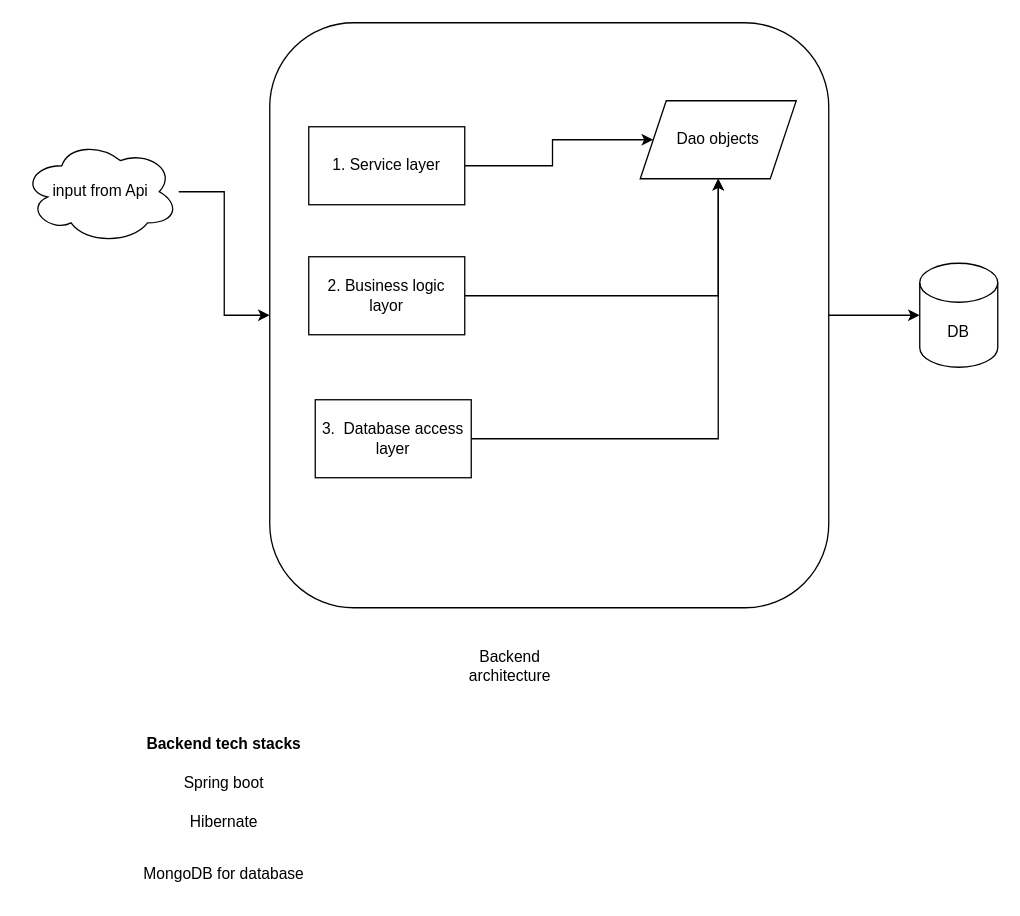
This is page "Backend application architecture" (4 of 6) of budgetTrackerApp.drawio from sathishsekarss/drawIOFiles, a draw.io file, before an edit. Source tidied: cells renumbered, new cells numbered last; positions are measured from the earlier drawing's top-left corner, leaving out a move shared by most shapes. Both pictures are drawn from the tidied source at 130%, with x=0, y=0 at pixel (22, 22).
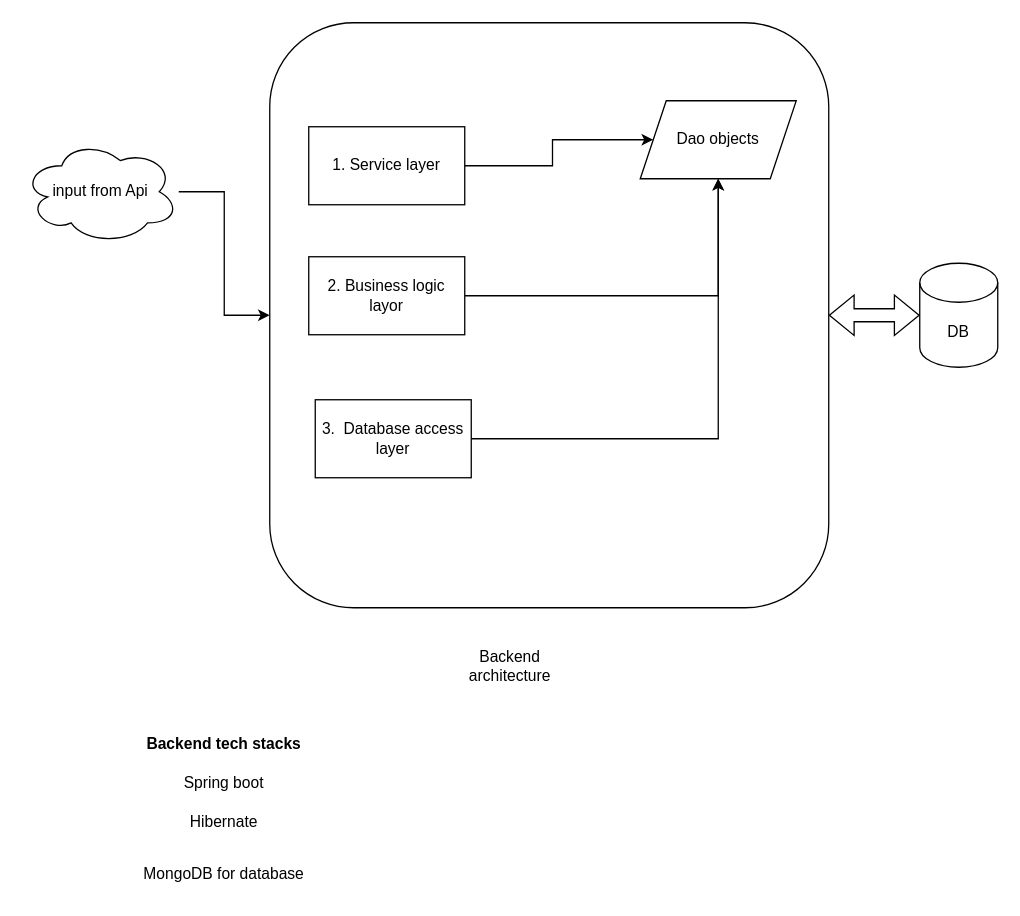
Above is the later version.

The edit, as a diff of the source:
```diff
@@
 <mxGraphModel>
   <root>
     <mxCell id="0" />
     <mxCell id="1" parent="0" />
     <mxCell id="2" style="edgeStyle=orthogonalEdgeStyle;rounded=0;jettySize=auto;html=1;" parent="1" edge="1" source="3" target="5">
       <mxGeometry relative="1" as="geometry" />
     </mxCell>
     <mxCell id="3" value="input from Api" style="ellipse;shape=cloud;whiteSpace=wrap;html=1;" parent="1" vertex="1">
       <mxGeometry y="90" width="120" height="80" as="geometry" />
     </mxCell>
-    <mxCell id="4" style="edgeStyle=orthogonalEdgeStyle;rounded=0;jettySize=auto;html=1;" parent="1" edge="1" source="5" target="14">
+    <mxCell id="4" style="edgeStyle=orthogonalEdgeStyle;rounded=0;jettySize=auto;html=1;shape=flexArrow;startArrow=classic;" parent="1" edge="1" source="5" target="14">
       <mxGeometry relative="1" as="geometry" />
     </mxCell>
     <mxCell id="5" style="rounded=1;whiteSpace=wrap;html=1;" parent="1" vertex="1">
       <mxGeometry x="190" width="430" height="450" as="geometry" />
     </mxCell>
     <mxCell id="6" style="edgeStyle=orthogonalEdgeStyle;rounded=0;jettySize=auto;html=1;" parent="1" edge="1" source="7" target="10">
       <mxGeometry relative="1" as="geometry" />
     </mxCell>
     <mxCell id="7" value="1. Service layer" style="rounded=0;whiteSpace=wrap;html=1;" parent="1" vertex="1">
       <mxGeometry x="220" y="80" width="120" height="60" as="geometry" />
     </mxCell>
     <mxCell id="8" style="edgeStyle=orthogonalEdgeStyle;rounded=0;jettySize=auto;html=1;" parent="1" edge="1" source="9" target="10">
       <mxGeometry relative="1" as="geometry" />
     </mxCell>
     <mxCell id="9" value="2. Business logic layor" style="rounded=0;whiteSpace=wrap;html=1;" parent="1" vertex="1">
       <mxGeometry x="220" y="180" width="120" height="60" as="geometry" />
     </mxCell>
     <mxCell id="10" value="Dao objects" style="shape=parallelogram;perimeter=parallelogramPerimeter;whiteSpace=wrap;html=1;fixedSize=1;" parent="1" vertex="1">
       <mxGeometry x="475" y="60" width="120" height="60" as="geometry" />
     </mxCell>
     <mxCell id="11" style="edgeStyle=orthogonalEdgeStyle;rounded=0;jettySize=auto;html=1;" parent="1" edge="1" source="12" target="10">
       <mxGeometry relative="1" as="geometry" />
     </mxCell>
     <mxCell id="12" value="3.&amp;nbsp; Database access layer" style="rounded=0;whiteSpace=wrap;html=1;" parent="1" vertex="1">
       <mxGeometry x="225" y="290" width="120" height="60" as="geometry" />
     </mxCell>
     <mxCell id="13" value="Backend architecture" style="text;html=1;whiteSpace=wrap;strokeColor=none;fillColor=none;align=center;verticalAlign=middle;rounded=0;" parent="1" vertex="1">
       <mxGeometry x="345" y="480" width="60" height="30" as="geometry" />
     </mxCell>
     <mxCell id="14" value="DB" style="shape=cylinder3;whiteSpace=wrap;html=1;boundedLbl=1;backgroundOutline=1;size=15;" parent="1" vertex="1">
       <mxGeometry x="690" y="185" width="60" height="80" as="geometry" />
     </mxCell>
     <mxCell id="15" value="Backend tech stacks" style="text;html=1;whiteSpace=wrap;strokeColor=none;fillColor=none;align=center;verticalAlign=middle;rounded=0;fontStyle=1;" parent="1" vertex="1">
       <mxGeometry x="20" y="540" width="270" height="30" as="geometry" />
     </mxCell>
     <mxCell id="16" value="Spring boot" style="text;html=1;whiteSpace=wrap;strokeColor=none;fillColor=none;align=center;verticalAlign=middle;rounded=0;" parent="1" vertex="1">
       <mxGeometry x="30" y="570" width="250" height="30" as="geometry" />
     </mxCell>
     <mxCell id="17" value="Hibernate" style="text;html=1;whiteSpace=wrap;strokeColor=none;fillColor=none;align=center;verticalAlign=middle;rounded=0;" parent="1" vertex="1">
       <mxGeometry x="30" y="600" width="250" height="30" as="geometry" />
     </mxCell>
     <mxCell id="18" value="MongoDB for database" style="text;html=1;whiteSpace=wrap;strokeColor=none;fillColor=none;align=center;verticalAlign=middle;rounded=0;" parent="1" vertex="1">
       <mxGeometry x="30" y="640" width="250" height="30" as="geometry" />
     </mxCell>
   </root>
 </mxGraphModel>
```
